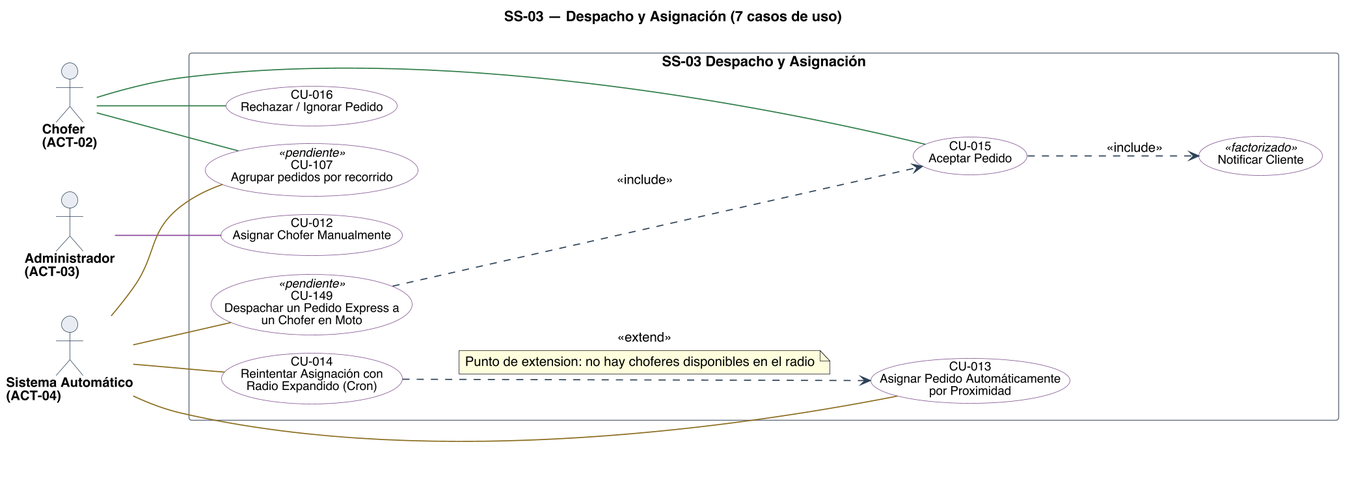
Earlier version of the PlantUML export diagramas/uml/CU_SS-03_Despacho-Y-Asignacion.png (Nahuelito-Dev/splg-docs).
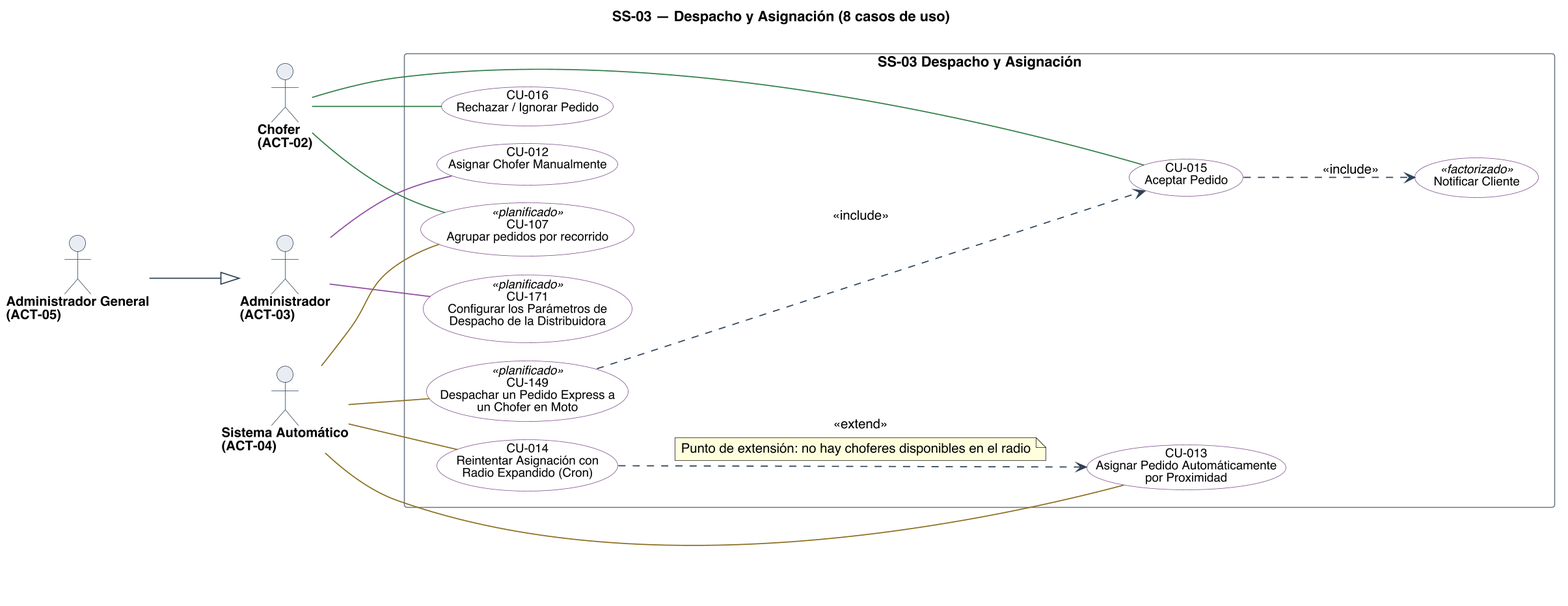
The same diagram one commit later.

The edit, as a diff of the source:
```diff
@@ -1,5 +1,5 @@
 @startuml
-title SS-03 — Despacho y Asignación (7 casos de uso)
+title SS-03 — Despacho y Asignación (8 casos de uso)
 left to right direction
 skinparam backgroundColor #FFFFFF
 skinparam shadowing false
@@ -28,8 +28,8 @@
 skinparam nodesep 18
 skinparam ranksep 70
 skinparam usecase {
-  BorderColor<<pendiente>> #9C4436
-  BackgroundColor<<pendiente>> #F6E4E1
+  BorderColor<<planificado>> #9C4436
+  BackgroundColor<<planificado>> #F6E4E1
   BorderColor<<factorizado>> #6B7683
   BackgroundColor<<factorizado>> #F2F4F6
 }
@@ -37,6 +37,7 @@
 actor "Chofer\n(ACT-02)" as A02
 actor "Administrador\n(ACT-03)" as A03
 actor "Sistema Automático\n(ACT-04)" as A04
+actor "Administrador General\n(ACT-05)" as A05
 
 rectangle "SS-03 Despacho y Asignación" {
   usecase "CU-012\nAsignar Chofer Manualmente" as U012 #back:FFFFFF;line:7B4B8A
@@ -44,8 +45,9 @@
   usecase "CU-014\nReintentar Asignación con\nRadio Expandido (Cron)" as U014 #back:FFFFFF;line:7B4B8A
   usecase "CU-015\nAceptar Pedido" as U015 #back:FFFFFF;line:7B4B8A
   usecase "CU-016\nRechazar / Ignorar Pedido" as U016 #back:FFFFFF;line:7B4B8A
-  usecase "CU-107\nAgrupar pedidos por recorrido" as U107 <<pendiente>> #back:FFFFFF;line:7B4B8A
-  usecase "CU-149\nDespachar un Pedido Express a\nun Chofer en Moto" as U149 <<pendiente>> #back:FFFFFF;line:7B4B8A
+  usecase "CU-107\nAgrupar pedidos por recorrido" as U107 <<planificado>> #back:FFFFFF;line:7B4B8A
+  usecase "CU-149\nDespachar un Pedido Express a\nun Chofer en Moto" as U149 <<planificado>> #back:FFFFFF;line:7B4B8A
+  usecase "CU-171\nConfigurar los Parámetros de\nDespacho de la Distribuidora" as U171 <<planificado>> #back:FFFFFF;line:7B4B8A
   usecase "Notificar Cliente" as F_AVISO <<factorizado>> #back:FFFFFF;line:7B4B8A
 }
 
@@ -53,17 +55,19 @@
 A02 -[#2E7D46]- U016
 A02 -[#2E7D46]- U107
 A03 -[#8C4A9E]- U012
+A03 -[#8C4A9E]- U171
 A04 -[#8A6D1F]- U013
 A04 -[#8A6D1F]- U014
 A04 -[#8A6D1F]- U107
 A04 -[#8A6D1F]- U149
+A05 --|> A03
 
 U149 ..> U015 : <<include>>
 U015 ..> F_AVISO : <<include>>
 
 U014 ..> U013 : <<extend>>
 note on link
-  Punto de extension: no hay choferes disponibles en el radio
+  Punto de extensión: no hay choferes disponibles en el radio
 end note
 
 @enduml
```
